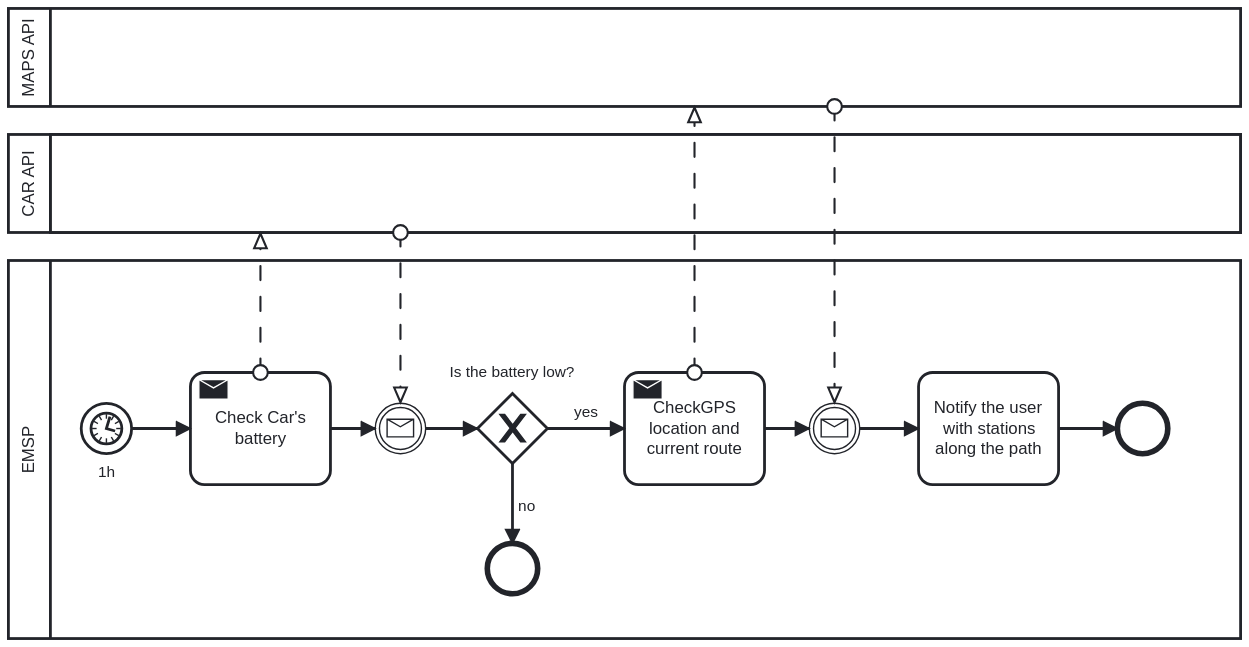
Above: RASD/assets/bpmn/suggestion_battery_nav.svg in MarcelloDeSalvo/DeSalvoDubiniGrossoni (BPMN), before the change. Its source is kept beside it as RASD/assets/bpmn/suggestion_battery_nav.bpmn. Ids are renumbered. The source it was exported from:
```xml
<bpmn:definitions xmlns:xsi="http://www.w3.org/2001/XMLSchema-instance" xmlns:bpmn="http://www.omg.org/spec/BPMN/20100524/MODEL" xmlns:bpmndi="http://www.omg.org/spec/BPMN/20100524/DI" xmlns:dc="http://www.omg.org/spec/DD/20100524/DC" xmlns:di="http://www.omg.org/spec/DD/20100524/DI" id="Definitions_n1" targetNamespace="http://bpmn.io/schema/bpmn" exporter="bpmn-js (https://demo.bpmn.io)" exporterVersion="11.0.5">
  <bpmn:collaboration id="Collaboration_n2">
    <bpmn:participant id="Participant_n3" name="EMSP" processRef="Process_n4" />
    <bpmn:participant id="Participant_n5" name="CAR API" processRef="Process_n6" />
    <bpmn:participant id="Participant_n7" name="MAPS API" processRef="Process_n8" />
    <bpmn:messageFlow id="Flow_n9" sourceRef="Activity_n10" targetRef="Participant_n5" />
    <bpmn:messageFlow id="Flow_n11" sourceRef="Participant_n5" targetRef="Event_n12" />
    <bpmn:messageFlow id="Flow_n13" sourceRef="Activity_n14" targetRef="Participant_n7" />
    <bpmn:messageFlow id="Flow_n15" sourceRef="Participant_n7" targetRef="Event_n16" />
  </bpmn:collaboration>
  <bpmn:process id="Process_n4" isExecutable="false">
    <bpmn:startEvent id="StartEvent_n17" name="1h">
      <bpmn:outgoing>Flow_n18</bpmn:outgoing>
      <bpmn:timerEventDefinition id="TimerEventDefinition_n19" />
    </bpmn:startEvent>
    <bpmn:sendTask id="Activity_n10" name="Check Car&#39;s battery">
      <bpmn:incoming>Flow_n18</bpmn:incoming>
      <bpmn:outgoing>Flow_n20</bpmn:outgoing>
    </bpmn:sendTask>
    <bpmn:intermediateCatchEvent id="Event_n12">
      <bpmn:incoming>Flow_n20</bpmn:incoming>
      <bpmn:outgoing>Flow_n21</bpmn:outgoing>
      <bpmn:messageEventDefinition id="MessageEventDefinition_n22" />
    </bpmn:intermediateCatchEvent>
    <bpmn:exclusiveGateway id="Gateway_n23" name="Is the battery low?">
      <bpmn:incoming>Flow_n21</bpmn:incoming>
      <bpmn:outgoing>Flow_n24</bpmn:outgoing>
      <bpmn:outgoing>Flow_n25</bpmn:outgoing>
    </bpmn:exclusiveGateway>
    <bpmn:endEvent id="Event_n26">
      <bpmn:incoming>Flow_n24</bpmn:incoming>
    </bpmn:endEvent>
    <bpmn:sendTask id="Activity_n14" name="CheckGPS location and current route">
      <bpmn:incoming>Flow_n25</bpmn:incoming>
      <bpmn:outgoing>Flow_n27</bpmn:outgoing>
    </bpmn:sendTask>
    <bpmn:intermediateCatchEvent id="Event_n16">
      <bpmn:incoming>Flow_n27</bpmn:incoming>
      <bpmn:outgoing>Flow_n28</bpmn:outgoing>
      <bpmn:messageEventDefinition id="MessageEventDefinition_n29" />
    </bpmn:intermediateCatchEvent>
    <bpmn:task id="Activity_n30" name="Notify the user with stations along the path">
      <bpmn:incoming>Flow_n28</bpmn:incoming>
      <bpmn:outgoing>Flow_n31</bpmn:outgoing>
    </bpmn:task>
    <bpmn:endEvent id="Event_n32">
      <bpmn:incoming>Flow_n31</bpmn:incoming>
    </bpmn:endEvent>
    <bpmn:sequenceFlow id="Flow_n18" sourceRef="StartEvent_n17" targetRef="Activity_n10" />
    <bpmn:sequenceFlow id="Flow_n20" sourceRef="Activity_n10" targetRef="Event_n12" />
    <bpmn:sequenceFlow id="Flow_n21" sourceRef="Event_n12" targetRef="Gateway_n23" />
    <bpmn:sequenceFlow id="Flow_n24" name="no" sourceRef="Gateway_n23" targetRef="Event_n26" />
    <bpmn:sequenceFlow id="Flow_n25" name="yes" sourceRef="Gateway_n23" targetRef="Activity_n14" />
    <bpmn:sequenceFlow id="Flow_n27" sourceRef="Activity_n14" targetRef="Event_n16" />
    <bpmn:sequenceFlow id="Flow_n28" sourceRef="Event_n16" targetRef="Activity_n30" />
    <bpmn:sequenceFlow id="Flow_n31" sourceRef="Activity_n30" targetRef="Event_n32" />
  </bpmn:process>
  <bpmn:process id="Process_n6">
    <bpmn:laneSet id="LaneSet_n33">
      <bpmn:lane id="Lane_n34" />
    </bpmn:laneSet>
  </bpmn:process>
  <bpmn:process id="Process_n8">
    <bpmn:laneSet id="LaneSet_n35" />
  </bpmn:process>
  <bpmndi:BPMNDiagram id="BPMNDiagram_1">
    <bpmndi:BPMNPlane id="BPMNPlane_1" bpmnElement="Collaboration_n2">
      <bpmndi:BPMNShape id="Participant_n3_di" bpmnElement="Participant_n3" isHorizontal="true">
        <dc:Bounds x="160" y="260" width="880" height="270" />
        <bpmndi:BPMNLabel />
      </bpmndi:BPMNShape>
      <bpmndi:BPMNShape id="Event_1jiwcok_di" bpmnElement="StartEvent_n17">
        <dc:Bounds x="212" y="362" width="36" height="36" />
        <bpmndi:BPMNLabel>
          <dc:Bounds x="224" y="405" width="13" height="14" />
        </bpmndi:BPMNLabel>
      </bpmndi:BPMNShape>
      <bpmndi:BPMNShape id="Activity_0dedpst_di" bpmnElement="Activity_n10">
        <dc:Bounds x="290" y="340" width="100" height="80" />
      </bpmndi:BPMNShape>
      <bpmndi:BPMNShape id="Event_0rkujic_di" bpmnElement="Event_n12">
        <dc:Bounds x="422" y="362" width="36" height="36" />
      </bpmndi:BPMNShape>
      <bpmndi:BPMNShape id="Gateway_n23_di" bpmnElement="Gateway_n23" isMarkerVisible="true">
        <dc:Bounds x="495" y="355" width="50" height="50" />
        <bpmndi:BPMNLabel>
          <dc:Bounds x="475" y="333" width="90" height="14" />
        </bpmndi:BPMNLabel>
      </bpmndi:BPMNShape>
      <bpmndi:BPMNShape id="Event_n26_di" bpmnElement="Event_n26">
        <dc:Bounds x="502" y="462" width="36" height="36" />
      </bpmndi:BPMNShape>
      <bpmndi:BPMNShape id="Activity_1ijr7ej_di" bpmnElement="Activity_n14">
        <dc:Bounds x="600" y="340" width="100" height="80" />
        <bpmndi:BPMNLabel />
      </bpmndi:BPMNShape>
      <bpmndi:BPMNShape id="Event_15efkzj_di" bpmnElement="Event_n16">
        <dc:Bounds x="732" y="362" width="36" height="36" />
      </bpmndi:BPMNShape>
      <bpmndi:BPMNShape id="Activity_n30_di" bpmnElement="Activity_n30">
        <dc:Bounds x="810" y="340" width="100" height="80" />
        <bpmndi:BPMNLabel />
      </bpmndi:BPMNShape>
      <bpmndi:BPMNShape id="Event_n32_di" bpmnElement="Event_n32">
        <dc:Bounds x="952" y="362" width="36" height="36" />
      </bpmndi:BPMNShape>
      <bpmndi:BPMNEdge id="Flow_n31_di" bpmnElement="Flow_n31">
        <di:waypoint x="910" y="380" />
        <di:waypoint x="952" y="380" />
      </bpmndi:BPMNEdge>
      <bpmndi:BPMNEdge id="Flow_n18_di" bpmnElement="Flow_n18">
        <di:waypoint x="248" y="380" />
        <di:waypoint x="290" y="380" />
      </bpmndi:BPMNEdge>
      <bpmndi:BPMNEdge id="Flow_n20_di" bpmnElement="Flow_n20">
        <di:waypoint x="390" y="380" />
        <di:waypoint x="422" y="380" />
      </bpmndi:BPMNEdge>
      <bpmndi:BPMNEdge id="Flow_n21_di" bpmnElement="Flow_n21">
        <di:waypoint x="458" y="380" />
        <di:waypoint x="495" y="380" />
      </bpmndi:BPMNEdge>
      <bpmndi:BPMNEdge id="Flow_n24_di" bpmnElement="Flow_n24">
        <di:waypoint x="520" y="405" />
        <di:waypoint x="520" y="462" />
        <bpmndi:BPMNLabel>
          <dc:Bounds x="524" y="429" width="13" height="14" />
        </bpmndi:BPMNLabel>
      </bpmndi:BPMNEdge>
      <bpmndi:BPMNEdge id="Flow_n25_di" bpmnElement="Flow_n25">
        <di:waypoint x="545" y="380" />
        <di:waypoint x="600" y="380" />
        <bpmndi:BPMNLabel>
          <dc:Bounds x="564" y="362" width="17" height="14" />
        </bpmndi:BPMNLabel>
      </bpmndi:BPMNEdge>
      <bpmndi:BPMNEdge id="Flow_n27_di" bpmnElement="Flow_n27">
        <di:waypoint x="700" y="380" />
        <di:waypoint x="732" y="380" />
      </bpmndi:BPMNEdge>
      <bpmndi:BPMNEdge id="Flow_n28_di" bpmnElement="Flow_n28">
        <di:waypoint x="768" y="380" />
        <di:waypoint x="810" y="380" />
      </bpmndi:BPMNEdge>
      <bpmndi:BPMNShape id="Participant_n5_di" bpmnElement="Participant_n5" isHorizontal="true">
        <dc:Bounds x="160" y="170" width="880" height="70" />
        <bpmndi:BPMNLabel />
      </bpmndi:BPMNShape>
      <bpmndi:BPMNShape id="Lane_n34_di" bpmnElement="Lane_n34" isHorizontal="true">
        <dc:Bounds x="190" y="170" width="850" height="70" />
      </bpmndi:BPMNShape>
      <bpmndi:BPMNShape id="BPMNShape_n36" bpmnElement="Participant_n7" isHorizontal="true">
        <dc:Bounds x="160" y="80" width="880" height="70" />
        <bpmndi:BPMNLabel />
      </bpmndi:BPMNShape>
      <bpmndi:BPMNEdge id="Flow_n9_di" bpmnElement="Flow_n9">
        <di:waypoint x="340" y="340" />
        <di:waypoint x="340" y="240" />
      </bpmndi:BPMNEdge>
      <bpmndi:BPMNEdge id="Flow_n11_di" bpmnElement="Flow_n11">
        <di:waypoint x="440" y="240" />
        <di:waypoint x="440" y="362" />
      </bpmndi:BPMNEdge>
      <bpmndi:BPMNEdge id="Flow_n13_di" bpmnElement="Flow_n13">
        <di:waypoint x="650" y="340" />
        <di:waypoint x="650" y="150" />
      </bpmndi:BPMNEdge>
      <bpmndi:BPMNEdge id="Flow_n15_di" bpmnElement="Flow_n15">
        <di:waypoint x="750" y="150" />
        <di:waypoint x="750" y="362" />
      </bpmndi:BPMNEdge>
    </bpmndi:BPMNPlane>
  </bpmndi:BPMNDiagram>
</bpmn:definitions>
```
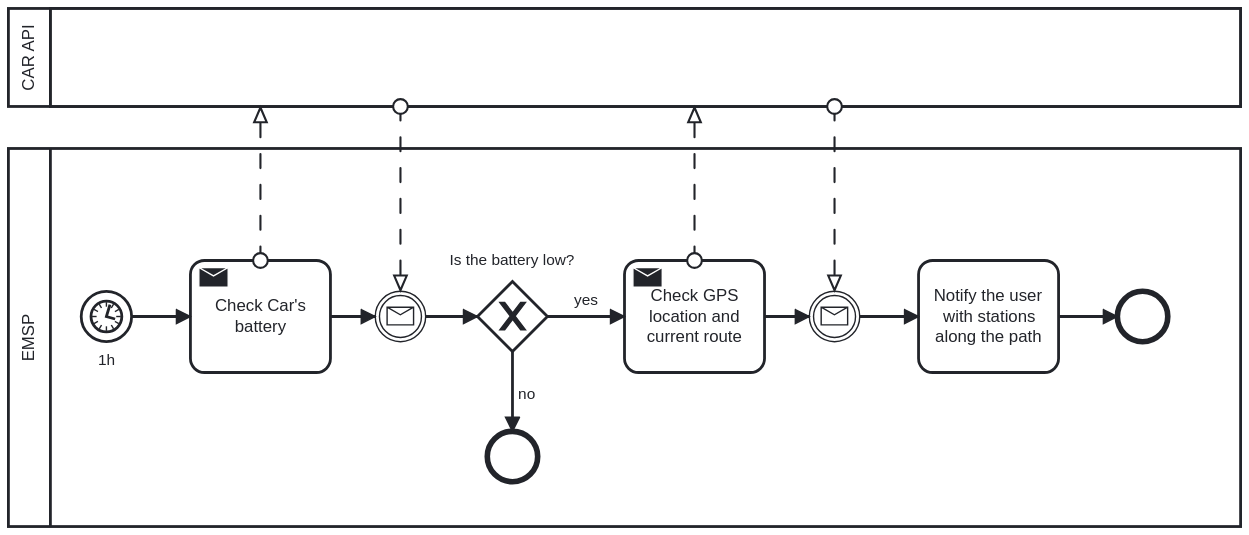
The same diagram one commit later.

The edit, as a diff of the source:
```diff
@@ -1,12 +1,11 @@
-<bpmn:definitions xmlns:xsi="http://www.w3.org/2001/XMLSchema-instance" xmlns:bpmn="http://www.omg.org/spec/BPMN/20100524/MODEL" xmlns:bpmndi="http://www.omg.org/spec/BPMN/20100524/DI" xmlns:dc="http://www.omg.org/spec/DD/20100524/DC" xmlns:di="http://www.omg.org/spec/DD/20100524/DI" id="Definitions_n1" targetNamespace="http://bpmn.io/schema/bpmn" exporter="bpmn-js (https://demo.bpmn.io)" exporterVersion="11.0.5">
+<bpmn:definitions xmlns:xsi="http://www.w3.org/2001/XMLSchema-instance" xmlns:bpmn="http://www.omg.org/spec/BPMN/20100524/MODEL" xmlns:bpmndi="http://www.omg.org/spec/BPMN/20100524/DI" xmlns:dc="http://www.omg.org/spec/DD/20100524/DC" xmlns:di="http://www.omg.org/spec/DD/20100524/DI" id="Definitions_n1" targetNamespace="http://bpmn.io/schema/bpmn" exporter="bpmn-js (https://demo.bpmn.io)" exporterVersion="11.1.0">
   <bpmn:collaboration id="Collaboration_n2">
     <bpmn:participant id="Participant_n3" name="EMSP" processRef="Process_n4" />
     <bpmn:participant id="Participant_n5" name="CAR API" processRef="Process_n6" />
-    <bpmn:participant id="Participant_n7" name="MAPS API" processRef="Process_n8" />
     <bpmn:messageFlow id="Flow_n9" sourceRef="Activity_n10" targetRef="Participant_n5" />
     <bpmn:messageFlow id="Flow_n11" sourceRef="Participant_n5" targetRef="Event_n12" />
-    <bpmn:messageFlow id="Flow_n13" sourceRef="Activity_n14" targetRef="Participant_n7" />
-    <bpmn:messageFlow id="Flow_n15" sourceRef="Participant_n7" targetRef="Event_n16" />
+    <bpmn:messageFlow id="Flow_n13" sourceRef="Activity_n14" targetRef="Participant_n5" />
+    <bpmn:messageFlow id="Flow_n15" sourceRef="Participant_n5" targetRef="Event_n16" />
   </bpmn:collaboration>
   <bpmn:process id="Process_n4" isExecutable="false">
     <bpmn:startEvent id="StartEvent_n17" name="1h">
@@ -30,7 +29,7 @@
     <bpmn:endEvent id="Event_n26">
       <bpmn:incoming>Flow_n24</bpmn:incoming>
     </bpmn:endEvent>
-    <bpmn:sendTask id="Activity_n14" name="CheckGPS location and current route">
+    <bpmn:sendTask id="Activity_n14" name="Check GPS location and current route">
       <bpmn:incoming>Flow_n25</bpmn:incoming>
       <bpmn:outgoing>Flow_n27</bpmn:outgoing>
     </bpmn:sendTask>
@@ -60,114 +59,107 @@
       <bpmn:lane id="Lane_n34" />
     </bpmn:laneSet>
   </bpmn:process>
-  <bpmn:process id="Process_n8">
-    <bpmn:laneSet id="LaneSet_n35" />
-  </bpmn:process>
   <bpmndi:BPMNDiagram id="BPMNDiagram_1">
     <bpmndi:BPMNPlane id="BPMNPlane_1" bpmnElement="Collaboration_n2">
       <bpmndi:BPMNShape id="Participant_n3_di" bpmnElement="Participant_n3" isHorizontal="true">
-        <dc:Bounds x="160" y="260" width="880" height="270" />
+        <dc:Bounds x="160" y="180" width="880" height="270" />
         <bpmndi:BPMNLabel />
       </bpmndi:BPMNShape>
       <bpmndi:BPMNShape id="Event_1jiwcok_di" bpmnElement="StartEvent_n17">
-        <dc:Bounds x="212" y="362" width="36" height="36" />
+        <dc:Bounds x="212" y="282" width="36" height="36" />
         <bpmndi:BPMNLabel>
-          <dc:Bounds x="224" y="405" width="13" height="14" />
+          <dc:Bounds x="224" y="325" width="13" height="14" />
         </bpmndi:BPMNLabel>
       </bpmndi:BPMNShape>
       <bpmndi:BPMNShape id="Activity_0dedpst_di" bpmnElement="Activity_n10">
-        <dc:Bounds x="290" y="340" width="100" height="80" />
+        <dc:Bounds x="290" y="260" width="100" height="80" />
       </bpmndi:BPMNShape>
       <bpmndi:BPMNShape id="Event_0rkujic_di" bpmnElement="Event_n12">
-        <dc:Bounds x="422" y="362" width="36" height="36" />
+        <dc:Bounds x="422" y="282" width="36" height="36" />
       </bpmndi:BPMNShape>
       <bpmndi:BPMNShape id="Gateway_n23_di" bpmnElement="Gateway_n23" isMarkerVisible="true">
-        <dc:Bounds x="495" y="355" width="50" height="50" />
+        <dc:Bounds x="495" y="275" width="50" height="50" />
         <bpmndi:BPMNLabel>
-          <dc:Bounds x="475" y="333" width="90" height="14" />
+          <dc:Bounds x="475" y="253" width="90" height="14" />
         </bpmndi:BPMNLabel>
       </bpmndi:BPMNShape>
       <bpmndi:BPMNShape id="Event_n26_di" bpmnElement="Event_n26">
-        <dc:Bounds x="502" y="462" width="36" height="36" />
+        <dc:Bounds x="502" y="382" width="36" height="36" />
       </bpmndi:BPMNShape>
       <bpmndi:BPMNShape id="Activity_1ijr7ej_di" bpmnElement="Activity_n14">
-        <dc:Bounds x="600" y="340" width="100" height="80" />
+        <dc:Bounds x="600" y="260" width="100" height="80" />
         <bpmndi:BPMNLabel />
       </bpmndi:BPMNShape>
       <bpmndi:BPMNShape id="Event_15efkzj_di" bpmnElement="Event_n16">
-        <dc:Bounds x="732" y="362" width="36" height="36" />
+        <dc:Bounds x="732" y="282" width="36" height="36" />
       </bpmndi:BPMNShape>
       <bpmndi:BPMNShape id="Activity_n30_di" bpmnElement="Activity_n30">
-        <dc:Bounds x="810" y="340" width="100" height="80" />
+        <dc:Bounds x="810" y="260" width="100" height="80" />
         <bpmndi:BPMNLabel />
       </bpmndi:BPMNShape>
       <bpmndi:BPMNShape id="Event_n32_di" bpmnElement="Event_n32">
-        <dc:Bounds x="952" y="362" width="36" height="36" />
+        <dc:Bounds x="952" y="282" width="36" height="36" />
       </bpmndi:BPMNShape>
-      <bpmndi:BPMNEdge id="Flow_n31_di" bpmnElement="Flow_n31">
-        <di:waypoint x="910" y="380" />
-        <di:waypoint x="952" y="380" />
-      </bpmndi:BPMNEdge>
       <bpmndi:BPMNEdge id="Flow_n18_di" bpmnElement="Flow_n18">
-        <di:waypoint x="248" y="380" />
-        <di:waypoint x="290" y="380" />
+        <di:waypoint x="248" y="300" />
+        <di:waypoint x="290" y="300" />
       </bpmndi:BPMNEdge>
       <bpmndi:BPMNEdge id="Flow_n20_di" bpmnElement="Flow_n20">
-        <di:waypoint x="390" y="380" />
-        <di:waypoint x="422" y="380" />
+        <di:waypoint x="390" y="300" />
+        <di:waypoint x="422" y="300" />
       </bpmndi:BPMNEdge>
       <bpmndi:BPMNEdge id="Flow_n21_di" bpmnElement="Flow_n21">
-        <di:waypoint x="458" y="380" />
-        <di:waypoint x="495" y="380" />
+        <di:waypoint x="458" y="300" />
+        <di:waypoint x="495" y="300" />
       </bpmndi:BPMNEdge>
       <bpmndi:BPMNEdge id="Flow_n24_di" bpmnElement="Flow_n24">
-        <di:waypoint x="520" y="405" />
-        <di:waypoint x="520" y="462" />
+        <di:waypoint x="520" y="325" />
+        <di:waypoint x="520" y="382" />
         <bpmndi:BPMNLabel>
-          <dc:Bounds x="524" y="429" width="13" height="14" />
+          <dc:Bounds x="524" y="349" width="13" height="14" />
         </bpmndi:BPMNLabel>
       </bpmndi:BPMNEdge>
       <bpmndi:BPMNEdge id="Flow_n25_di" bpmnElement="Flow_n25">
-        <di:waypoint x="545" y="380" />
-        <di:waypoint x="600" y="380" />
+        <di:waypoint x="545" y="300" />
+        <di:waypoint x="600" y="300" />
         <bpmndi:BPMNLabel>
-          <dc:Bounds x="564" y="362" width="17" height="14" />
+          <dc:Bounds x="564" y="282" width="17" height="14" />
         </bpmndi:BPMNLabel>
       </bpmndi:BPMNEdge>
       <bpmndi:BPMNEdge id="Flow_n27_di" bpmnElement="Flow_n27">
-        <di:waypoint x="700" y="380" />
-        <di:waypoint x="732" y="380" />
+        <di:waypoint x="700" y="300" />
+        <di:waypoint x="732" y="300" />
       </bpmndi:BPMNEdge>
       <bpmndi:BPMNEdge id="Flow_n28_di" bpmnElement="Flow_n28">
-        <di:waypoint x="768" y="380" />
-        <di:waypoint x="810" y="380" />
+        <di:waypoint x="768" y="300" />
+        <di:waypoint x="810" y="300" />
+      </bpmndi:BPMNEdge>
+      <bpmndi:BPMNEdge id="Flow_n31_di" bpmnElement="Flow_n31">
+        <di:waypoint x="910" y="300" />
+        <di:waypoint x="952" y="300" />
       </bpmndi:BPMNEdge>
       <bpmndi:BPMNShape id="Participant_n5_di" bpmnElement="Participant_n5" isHorizontal="true">
-        <dc:Bounds x="160" y="170" width="880" height="70" />
+        <dc:Bounds x="160" y="80" width="880" height="70" />
         <bpmndi:BPMNLabel />
       </bpmndi:BPMNShape>
       <bpmndi:BPMNShape id="Lane_n34_di" bpmnElement="Lane_n34" isHorizontal="true">
-        <dc:Bounds x="190" y="170" width="850" height="70" />
-      </bpmndi:BPMNShape>
-      <bpmndi:BPMNShape id="BPMNShape_n36" bpmnElement="Participant_n7" isHorizontal="true">
-        <dc:Bounds x="160" y="80" width="880" height="70" />
-        <bpmndi:BPMNLabel />
+        <dc:Bounds x="190" y="80" width="850" height="70" />
       </bpmndi:BPMNShape>
       <bpmndi:BPMNEdge id="Flow_n9_di" bpmnElement="Flow_n9">
-        <di:waypoint x="340" y="340" />
-        <di:waypoint x="340" y="240" />
+        <di:waypoint x="340" y="260" />
+        <di:waypoint x="340" y="150" />
       </bpmndi:BPMNEdge>
       <bpmndi:BPMNEdge id="Flow_n11_di" bpmnElement="Flow_n11">
-        <di:waypoint x="440" y="240" />
-        <di:waypoint x="440" y="362" />
+        <di:waypoint x="440" y="150" />
+        <di:waypoint x="440" y="282" />
       </bpmndi:BPMNEdge>
       <bpmndi:BPMNEdge id="Flow_n13_di" bpmnElement="Flow_n13">
-        <di:waypoint x="650" y="340" />
+        <di:waypoint x="650" y="260" />
         <di:waypoint x="650" y="150" />
       </bpmndi:BPMNEdge>
       <bpmndi:BPMNEdge id="Flow_n15_di" bpmnElement="Flow_n15">
         <di:waypoint x="750" y="150" />
-        <di:waypoint x="750" y="362" />
+        <di:waypoint x="750" y="282" />
       </bpmndi:BPMNEdge>
     </bpmndi:BPMNPlane>
   </bpmndi:BPMNDiagram>
```
